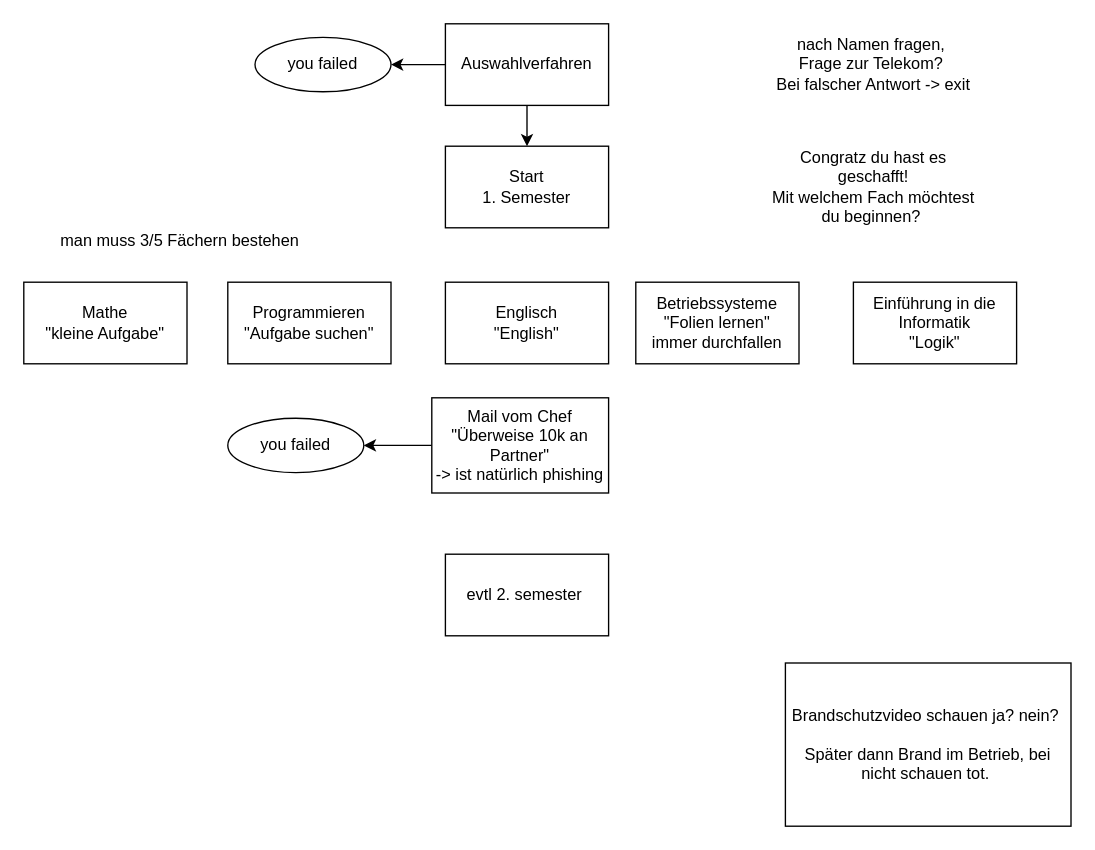
This is map.drawio from Ninja-Bunny/TextBasedAdventure, a draw.io file, before an edit. Source tidied: cells renumbered, new cells numbered last; positions are measured from the earlier drawing's top-left corner, leaving out a move shared by most shapes. Both pictures are drawn from the tidied source at 136%, with x=0, y=0 at pixel (23, 23).
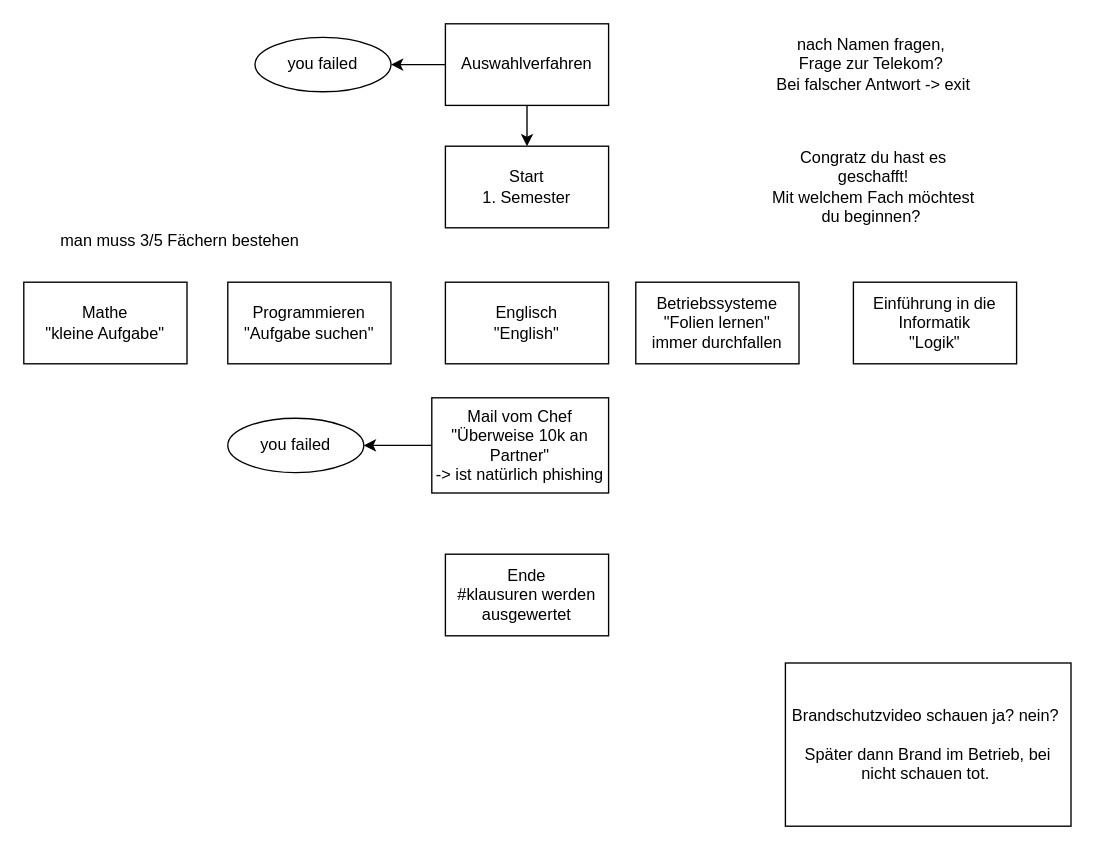
After the change.

Commit message (it also covers changes not shown here):
added rooms to txt file

Diff of the diagram source:
```diff
@@
 <mxGraphModel>
   <root>
     <mxCell id="0" />
     <mxCell id="1" parent="0" />
     <mxCell id="2" value="Start&lt;br&gt;1. Semester" style="rounded=0;whiteSpace=wrap;html=1;" parent="1" vertex="1">
       <mxGeometry x="310" y="90" width="120" height="60" as="geometry" />
     </mxCell>
     <mxCell id="3" style="edgeStyle=orthogonalEdgeStyle;rounded=0;jettySize=auto;html=1;" parent="1" edge="1" source="5" target="2">
       <mxGeometry relative="1" as="geometry" />
     </mxCell>
     <mxCell id="4" style="edgeStyle=orthogonalEdgeStyle;rounded=0;jettySize=auto;html=1;exitX=0;exitY=0.5;exitDx=0;exitDy=0;entryX=1;entryY=0.5;entryDx=0;entryDy=0;" parent="1" edge="1" source="5" target="16">
       <mxGeometry relative="1" as="geometry" />
     </mxCell>
     <mxCell id="5" value="Auswahlverfahren" style="rounded=0;whiteSpace=wrap;html=1;" parent="1" vertex="1">
       <mxGeometry x="310" width="120" height="60" as="geometry" />
     </mxCell>
     <mxCell id="6" value="nach Namen fragen,&amp;nbsp;&lt;br&gt;Frage zur Telekom?&amp;nbsp;&lt;br&gt;Bei falscher Antwort -&amp;gt; exit" style="text;html=1;strokeColor=none;fillColor=none;align=center;verticalAlign=middle;whiteSpace=wrap;rounded=0;" parent="1" vertex="1">
       <mxGeometry x="540" width="170" height="60" as="geometry" />
     </mxCell>
     <mxCell id="7" value="Mathe&lt;br&gt;&quot;kleine Aufgabe&quot;" style="rounded=0;whiteSpace=wrap;html=1;" parent="1" vertex="1">
       <mxGeometry y="190" width="120" height="60" as="geometry" />
     </mxCell>
     <mxCell id="8" value="Programmieren&lt;br&gt;&quot;Aufgabe suchen&quot;" style="rounded=0;whiteSpace=wrap;html=1;" parent="1" vertex="1">
       <mxGeometry x="150" y="190" width="120" height="60" as="geometry" />
     </mxCell>
     <mxCell id="9" value="Congratz du hast es geschafft!&lt;br&gt;Mit welchem Fach möchtest du beginnen?&amp;nbsp;" style="text;html=1;strokeColor=none;fillColor=none;align=center;verticalAlign=middle;whiteSpace=wrap;rounded=0;" parent="1" vertex="1">
       <mxGeometry x="545" y="110" width="160" height="20" as="geometry" />
     </mxCell>
     <mxCell id="10" value="Englisch&lt;br&gt;&quot;English&quot;" style="rounded=0;whiteSpace=wrap;html=1;" parent="1" vertex="1">
       <mxGeometry x="310" y="190" width="120" height="60" as="geometry" />
     </mxCell>
     <mxCell id="11" value="Betriebssysteme&lt;br&gt;&quot;Folien lernen&quot;&lt;br&gt;immer durchfallen" style="rounded=0;whiteSpace=wrap;html=1;" parent="1" vertex="1">
       <mxGeometry x="450" y="190" width="120" height="60" as="geometry" />
     </mxCell>
     <mxCell id="12" value="man muss 3/5 Fächern bestehen" style="text;html=1;strokeColor=none;fillColor=none;align=center;verticalAlign=middle;whiteSpace=wrap;rounded=0;" parent="1" vertex="1">
       <mxGeometry x="20" y="140" width="190" height="40" as="geometry" />
     </mxCell>
     <mxCell id="13" value="Einführung in die Informatik&lt;br&gt;&quot;Logik&quot;" style="rounded=0;whiteSpace=wrap;html=1;" parent="1" vertex="1">
       <mxGeometry x="610" y="190" width="120" height="60" as="geometry" />
     </mxCell>
     <mxCell id="14" style="edgeStyle=orthogonalEdgeStyle;rounded=0;jettySize=auto;html=1;exitX=0;exitY=0.5;exitDx=0;exitDy=0;entryX=1;entryY=0.5;entryDx=0;entryDy=0;" parent="1" edge="1" source="15" target="17">
       <mxGeometry relative="1" as="geometry" />
     </mxCell>
     <mxCell id="15" value="Mail vom Chef&lt;br&gt;&quot;Überweise 10k an Partner&quot;&lt;br&gt;-&amp;gt; ist natürlich phishing" style="rounded=0;whiteSpace=wrap;html=1;" parent="1" vertex="1">
       <mxGeometry x="300" y="275" width="130" height="70" as="geometry" />
     </mxCell>
     <mxCell id="16" value="you failed" style="ellipse;whiteSpace=wrap;html=1;" parent="1" vertex="1">
       <mxGeometry x="170" y="10" width="100" height="40" as="geometry" />
     </mxCell>
     <mxCell id="17" value="you failed" style="ellipse;whiteSpace=wrap;html=1;" parent="1" vertex="1">
       <mxGeometry x="150" y="290" width="100" height="40" as="geometry" />
     </mxCell>
-    <mxCell id="18" value="evtl 2. semester&amp;nbsp;" style="rounded=0;whiteSpace=wrap;html=1;" parent="1" vertex="1">
+    <mxCell id="18" value="Ende&lt;br&gt;#klausuren werden ausgewertet" style="rounded=0;whiteSpace=wrap;html=1;" parent="1" vertex="1">
       <mxGeometry x="310" y="390" width="120" height="60" as="geometry" />
     </mxCell>
     <mxCell id="19" value="Brandschutzvideo schauen ja? nein?&amp;nbsp;&lt;br&gt;&lt;br&gt;Später dann Brand im Betrieb, bei nicht schauen tot.&amp;nbsp;" style="rounded=0;whiteSpace=wrap;html=1;" parent="1" vertex="1">
       <mxGeometry x="560" y="470" width="210" height="120" as="geometry" />
     </mxCell>
   </root>
 </mxGraphModel>
```
